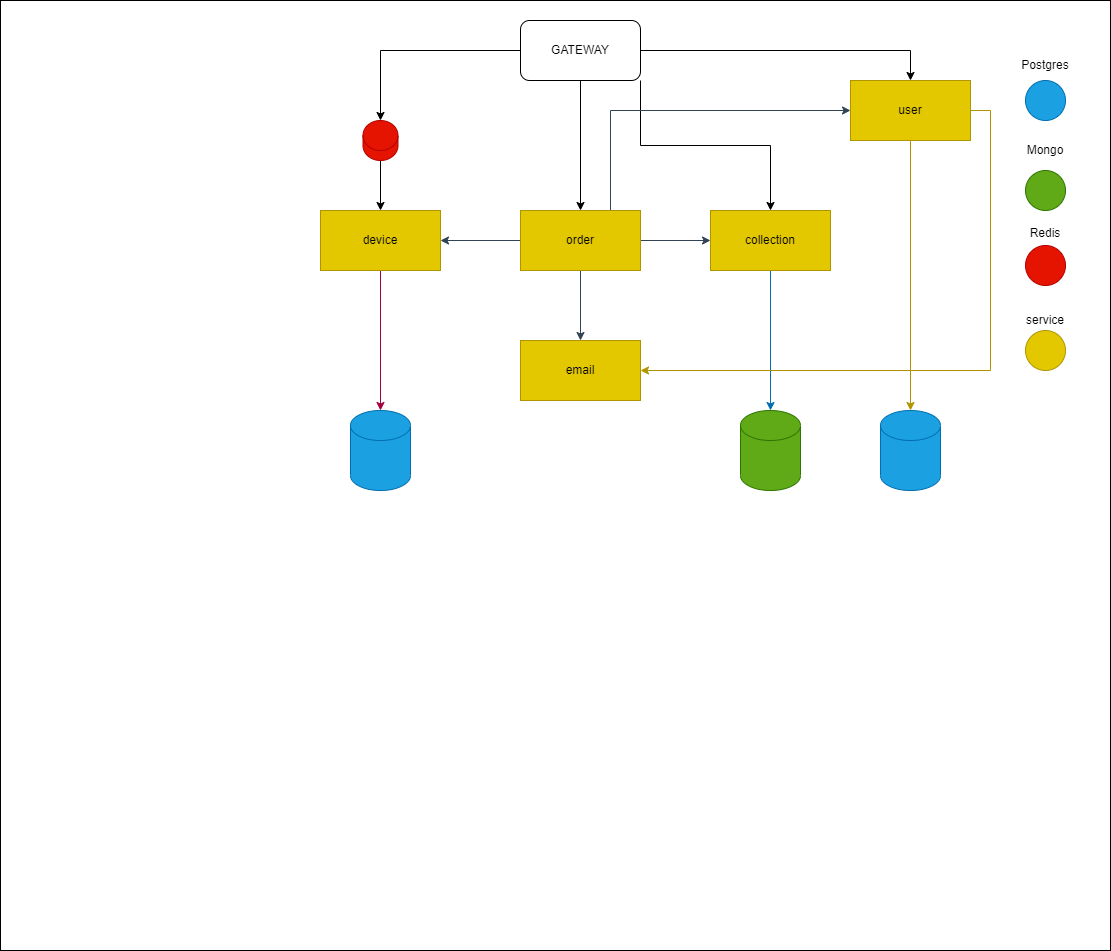
alserov/device-shop keeps this draw.io diagram as docs/schema.png. Above is the earlier version. Source tidied: cells renumbered, new cells last; positions are measured from the earlier drawing's top-left corner, leaving out a move shared by most shapes.
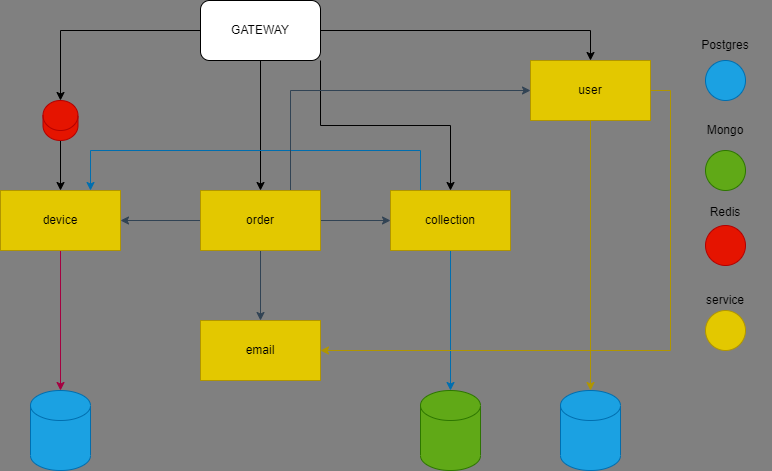
After the commit.

What changed in the source:
```diff
@@ -2,9 +2,6 @@
   <root>
     <mxCell id="0" />
     <mxCell id="1" parent="0" />
-    <mxCell id="2" style="rounded=0;whiteSpace=wrap;html=1;" parent="1" vertex="1">
-      <mxGeometry width="1110" height="950" as="geometry" />
-    </mxCell>
     <mxCell id="3" style="edgeStyle=orthogonalEdgeStyle;rounded=0;jettySize=auto;html=1;exitX=1;exitY=0.5;exitDx=0;exitDy=0;entryX=0.5;entryY=0;entryDx=0;entryDy=0;fontSize=17;" parent="1" edge="1" source="7" target="17">
       <mxGeometry relative="1" as="geometry" />
     </mxCell>
@@ -35,6 +32,14 @@
     <mxCell id="12" style="edgeStyle=orthogonalEdgeStyle;rounded=0;jettySize=auto;html=1;exitX=0.5;exitY=1;exitDx=0;exitDy=0;entryX=0.5;entryY=0;entryDx=0;entryDy=0;entryPerimeter=0;fillColor=#1ba1e2;strokeColor=#006EAF;" parent="1" edge="1" source="13" target="14">
       <mxGeometry relative="1" as="geometry" />
     </mxCell>
+    <mxCell id="34" style="edgeStyle=orthogonalEdgeStyle;rounded=0;jettySize=auto;html=1;exitX=0.25;exitY=0;exitDx=0;exitDy=0;entryX=0.75;entryY=0;entryDx=0;entryDy=0;fillColor=#1ba1e2;strokeColor=#006EAF;" parent="1" edge="1" source="13" target="9">
+      <mxGeometry relative="1" as="geometry">
+        <Array as="points">
+          <mxPoint x="740" y="170" />
+          <mxPoint x="410" y="170" />
+        </Array>
+      </mxGeometry>
+    </mxCell>
     <mxCell id="13" value="collection" style="rounded=0;whiteSpace=wrap;html=1;fillColor=#e3c800;fontColor=#000000;strokeColor=#B09500;" parent="1" vertex="1">
       <mxGeometry x="710" y="210" width="120" height="60" as="geometry" />
     </mxCell>
```
